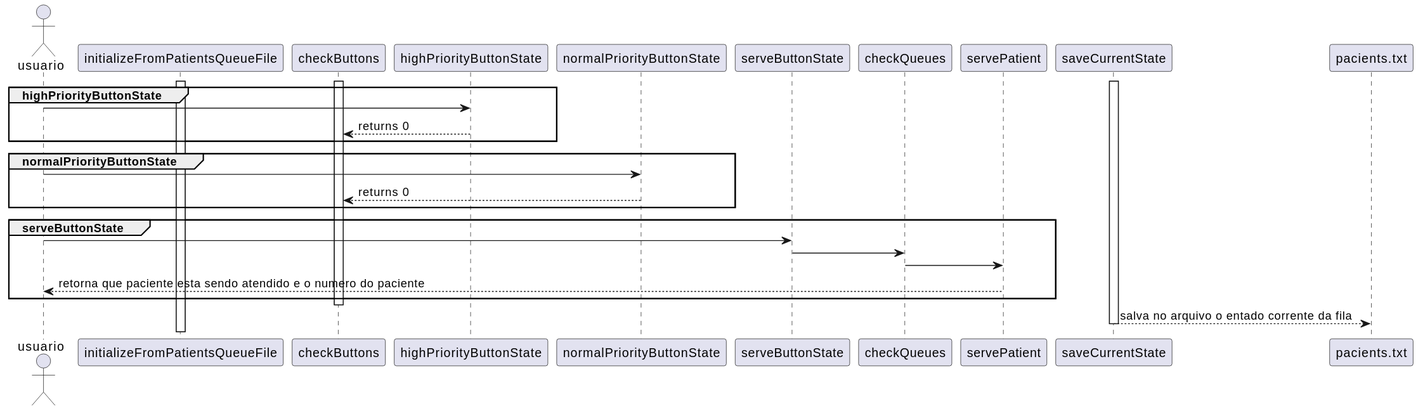
Earlier version of the PlantUML export Diagramas/sequencia.svg (fabifseghetto/projeto_GB_embarcados).
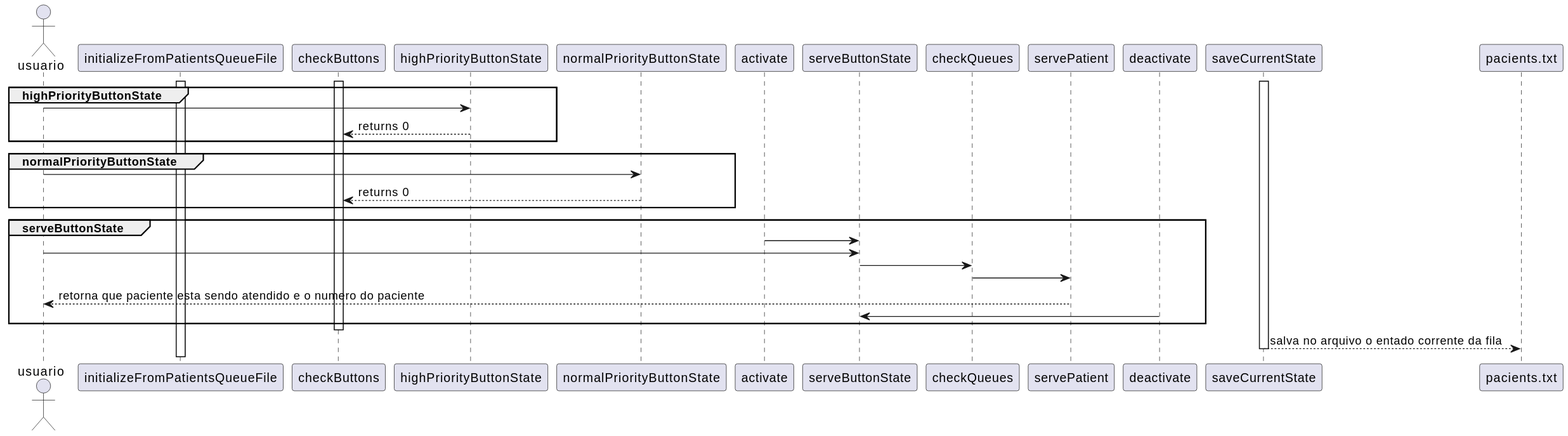
Later version of the same file.

Change to the diagram source:
```diff
@@ -18,10 +18,12 @@
     end
 
     group serveButtonState
-        usuario -> serveButtonState
-        serveButtonState -> checkQueues
-        checkQueues -> servePatient
-        servePatient --> usuario : retorna que paciente esta sendo atendido e o numero do paciente
+        activate -> serveButtonState
+            usuario -> serveButtonState
+            serveButtonState -> checkQueues
+            checkQueues -> servePatient
+            servePatient --> usuario : retorna que paciente esta sendo atendido e o numero do paciente
+        deactivate -> serveButtonState
     end
 deactivate checkButtons
 
```
